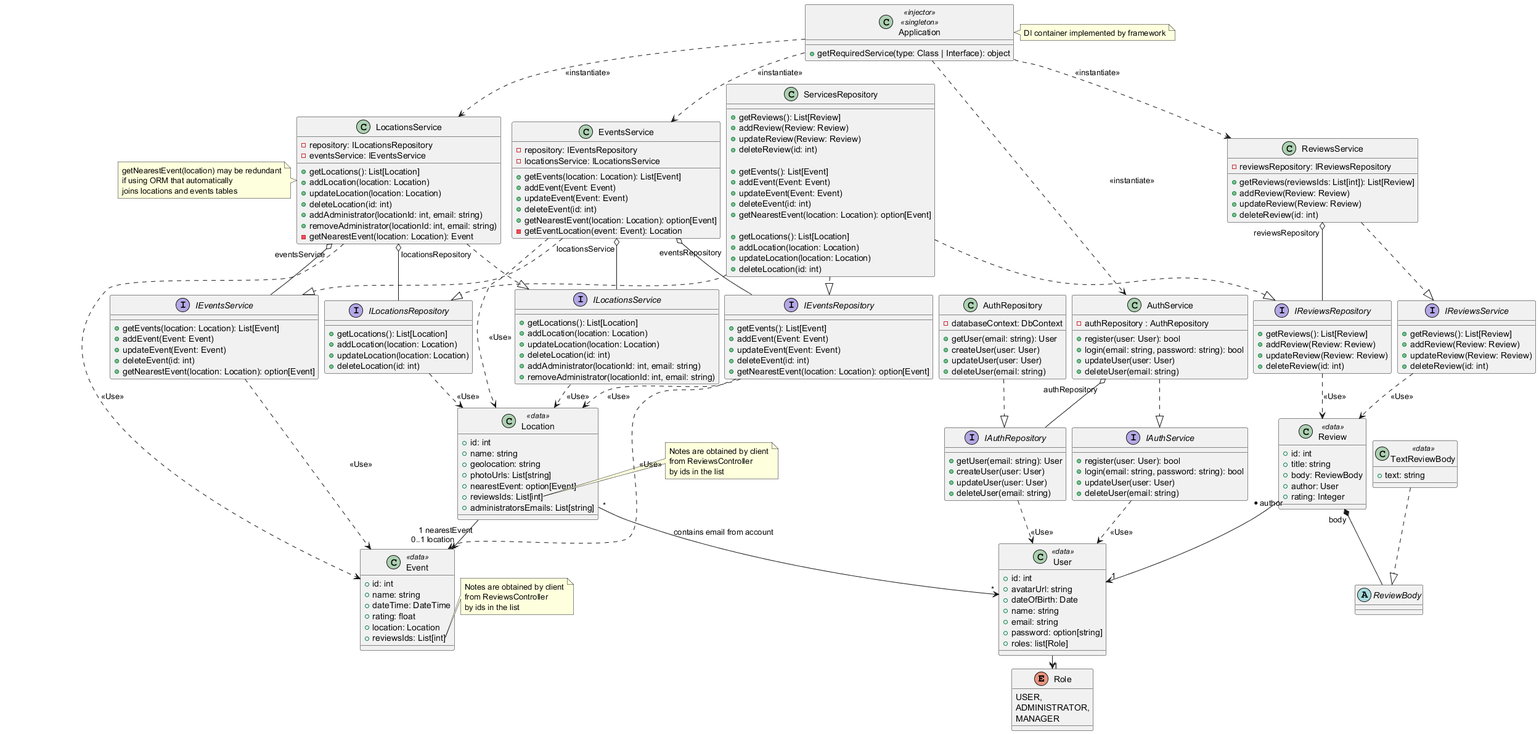
robilkot/BSUIR keeps this PlantUML diagram as OMIS/Sem5/LW4/CD_model.png. Above is the earlier version.
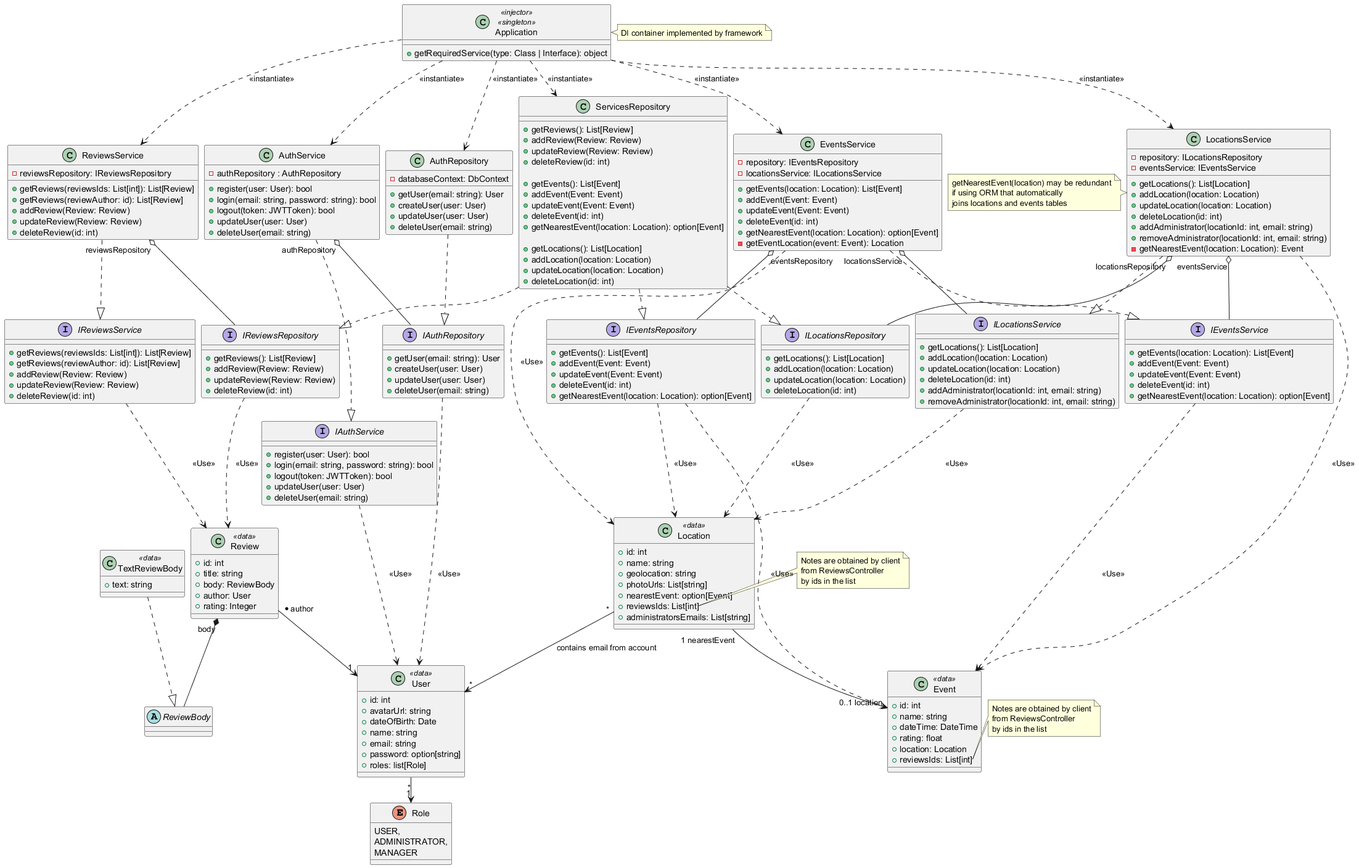
The same diagram one commit later.

Diff of the diagram source:
```diff
@@ -1,7 +1,7 @@
 @startuml
 
 skinparam nodesep 10
-skinparam ranksep 20
+skinparam ranksep 40
 
 
 enum Role {
@@ -80,6 +80,7 @@
 interface IAuthService  {
     +register(user: User): bool
     +login(email: string, password: string): bool
+	+logout(token: JWTToken): bool
     +updateUser(user: User)
     +deleteUser(email: string)
 }
@@ -88,6 +89,7 @@
     -authRepository : AuthRepository
     +register(user: User): bool
     +login(email: string, password: string): bool
+	+logout(token: JWTToken): bool
     +updateUser(user: User)
     +deleteUser(email: string)
 }
@@ -102,13 +104,15 @@
 class ReviewsService{
     -reviewsRepository: IReviewsRepository
     +getReviews(reviewsIds: List[int]): List[Review]
+    +getReviews(reviewAuthor: id): List[Review]
     +addReview(Review: Review)
     +updateReview(Review: Review)
     +deleteReview(id: int)
 }
 
 interface IReviewsService {
-    +getReviews(): List[Review]
+    +getReviews(reviewsIds: List[int]): List[Review]
+    +getReviews(reviewAuthor: id): List[Review]
     +addReview(Review: Review)
     +updateReview(Review: Review)
     +deleteReview(id: int)
@@ -258,6 +262,8 @@
 
 
 Application ..> ReviewsService : <<instantiate>>
+Application ..> ServicesRepository : <<instantiate>>
+Application ..> AuthRepository : <<instantiate>>
 Application ..> EventsService : <<instantiate>>
 Application ..> LocationsService : <<instantiate>>
 Application ..> AuthService : <<instantiate>>
```
